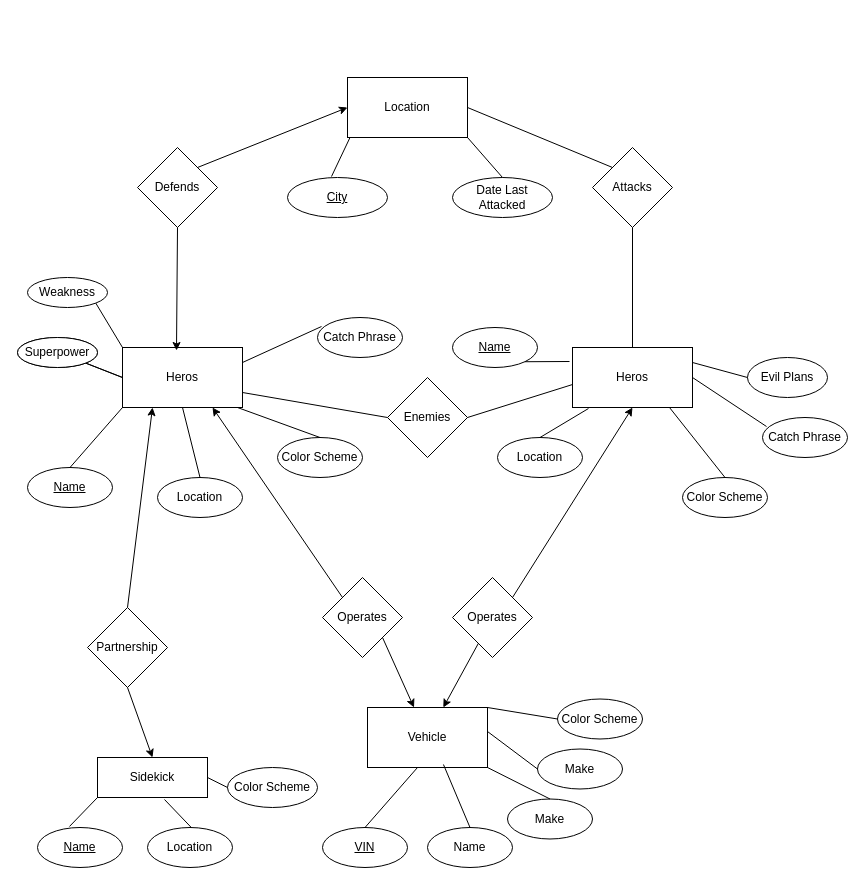
Before: MOE_8.5-2.drawio in camillevleonard/CS_5012_Mod_8_MOE, a draw.io diagram. Source tidied: cells renumbered, new cells numbered last; positions are measured from the earlier drawing's top-left corner, leaving out a move shared by most shapes. Both pictures are drawn from the tidied source at 100%, with x=0, y=0 at pixel (17, 77).
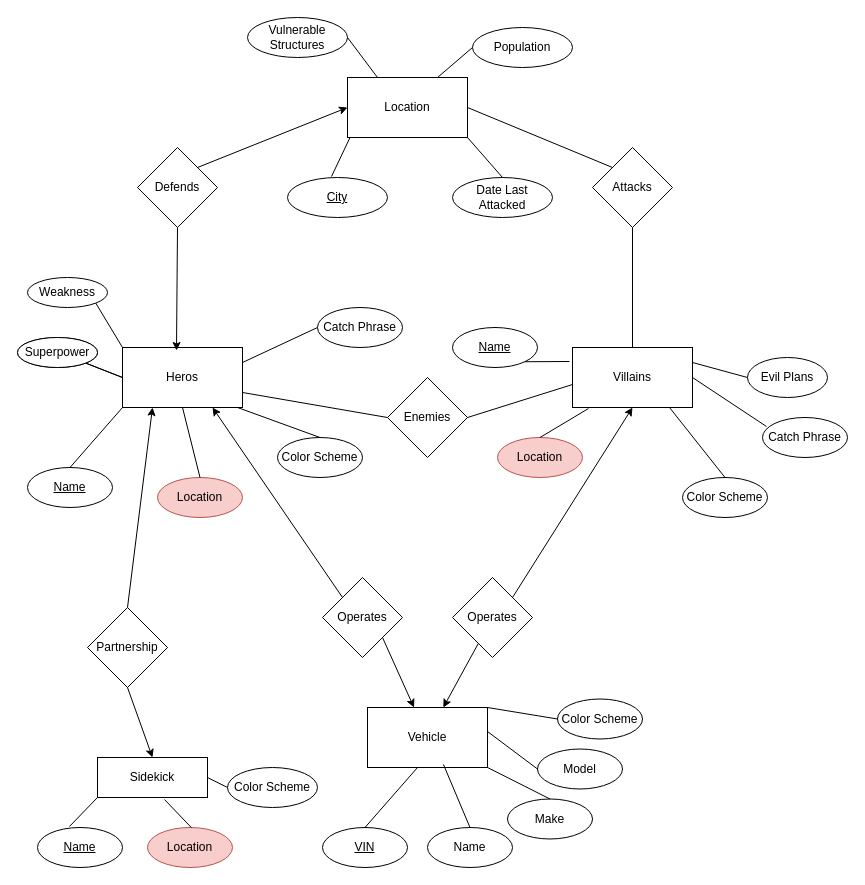
Above is the later version.

The change refers to these unchanged cells:
```xml
<mxCell id="2" value="Heros" style="rounded=0;whiteSpace=wrap;html=1;" parent="1" vertex="1">
  <mxGeometry x="105" y="270" width="120" height="60" as="geometry" />
</mxCell>
<mxCell id="20" value="Location" style="rounded=0;whiteSpace=wrap;html=1;" parent="1" vertex="1">
  <mxGeometry x="330" width="120" height="60" as="geometry" />
</mxCell>
```

The edit, as a diff of the source:
```diff
@@
-    <mxCell id="4" value="Location" style="ellipse;whiteSpace=wrap;html=1;" parent="1" vertex="1">
+    <mxCell id="4" value="Location" style="ellipse;whiteSpace=wrap;html=1;fillColor=#f8cecc;strokeColor=#b85450;" parent="1" vertex="1">
       <mxGeometry x="140" y="400" width="85" height="40" as="geometry" />
     </mxCell>
@@
     <mxCell id="6" value="Catch Phrase" style="ellipse;whiteSpace=wrap;html=1;" parent="1" vertex="1">
-      <mxGeometry x="300" y="240" width="85" height="40" as="geometry" />
+      <mxGeometry x="300" y="230" width="85" height="40" as="geometry" />
     </mxCell>
@@
-    <mxCell id="10" style="endArrow=none;html=1;entryX=0.047;entryY=0.225;entryDx=0;entryDy=0;entryPerimeter=0;exitX=1;exitY=0.25;exitDx=0;exitDy=0;" parent="1" edge="1" source="2" target="6">
+    <mxCell id="10" style="endArrow=none;html=1;entryX=0;entryY=0.5;entryDx=0;entryDy=0;exitX=1;exitY=0.25;exitDx=0;exitDy=0;" parent="1" edge="1" source="2" target="6">
       <mxGeometry relative="1" as="geometry" />
     </mxCell>
-    <mxCell id="11" value="Heros" style="rounded=0;whiteSpace=wrap;html=1;" parent="1" vertex="1">
+    <mxCell id="11" value="Villains" style="rounded=0;whiteSpace=wrap;html=1;" parent="1" vertex="1">
       <mxGeometry x="555" y="270" width="120" height="60" as="geometry" />
     </mxCell>
@@
-    <mxCell id="13" value="Location" style="ellipse;whiteSpace=wrap;html=1;" parent="1" vertex="1">
+    <mxCell id="13" value="Location" style="ellipse;whiteSpace=wrap;html=1;fillColor=#f8cecc;strokeColor=#b85450;" parent="1" vertex="1">
       <mxGeometry x="480" y="360" width="85" height="40" as="geometry" />
     </mxCell>
@@
-    <mxCell id="54" value="Location" style="ellipse;whiteSpace=wrap;html=1;" parent="1" vertex="1">
+    <mxCell id="54" value="Location" style="ellipse;whiteSpace=wrap;html=1;fillColor=#f8cecc;strokeColor=#b85450;" parent="1" vertex="1">
       <mxGeometry x="130" y="750" width="85" height="40" as="geometry" />
     </mxCell>
@@
-    <mxCell id="65" value="Make" style="ellipse;whiteSpace=wrap;html=1;" parent="1" vertex="1">
+    <mxCell id="65" value="Model" style="ellipse;whiteSpace=wrap;html=1;" parent="1" vertex="1">
       <mxGeometry x="520" y="671.5" width="85" height="40" as="geometry" />
     </mxCell>
@@
+    <mxCell id="69" value="Population" style="ellipse;whiteSpace=wrap;html=1;" parent="1" vertex="1">
+      <mxGeometry x="455" y="-50" width="100" height="40" as="geometry" />
+    </mxCell>
+    <mxCell id="70" value="Vulnerable Structures" style="ellipse;whiteSpace=wrap;html=1;" parent="1" vertex="1">
+      <mxGeometry x="230" y="-60" width="100" height="40" as="geometry" />
+    </mxCell>
+    <mxCell id="71" style="endArrow=none;html=1;exitX=0.75;exitY=0;exitDx=0;exitDy=0;entryX=0;entryY=0.5;entryDx=0;entryDy=0;" parent="1" edge="1" source="20" target="69">
+      <mxGeometry relative="1" as="geometry" />
+    </mxCell>
+    <mxCell id="72" style="endArrow=none;html=1;exitX=1;exitY=0.5;exitDx=0;exitDy=0;entryX=0.25;entryY=0;entryDx=0;entryDy=0;" parent="1" edge="1" source="70" target="20">
+      <mxGeometry relative="1" as="geometry" />
+    </mxCell>
```
